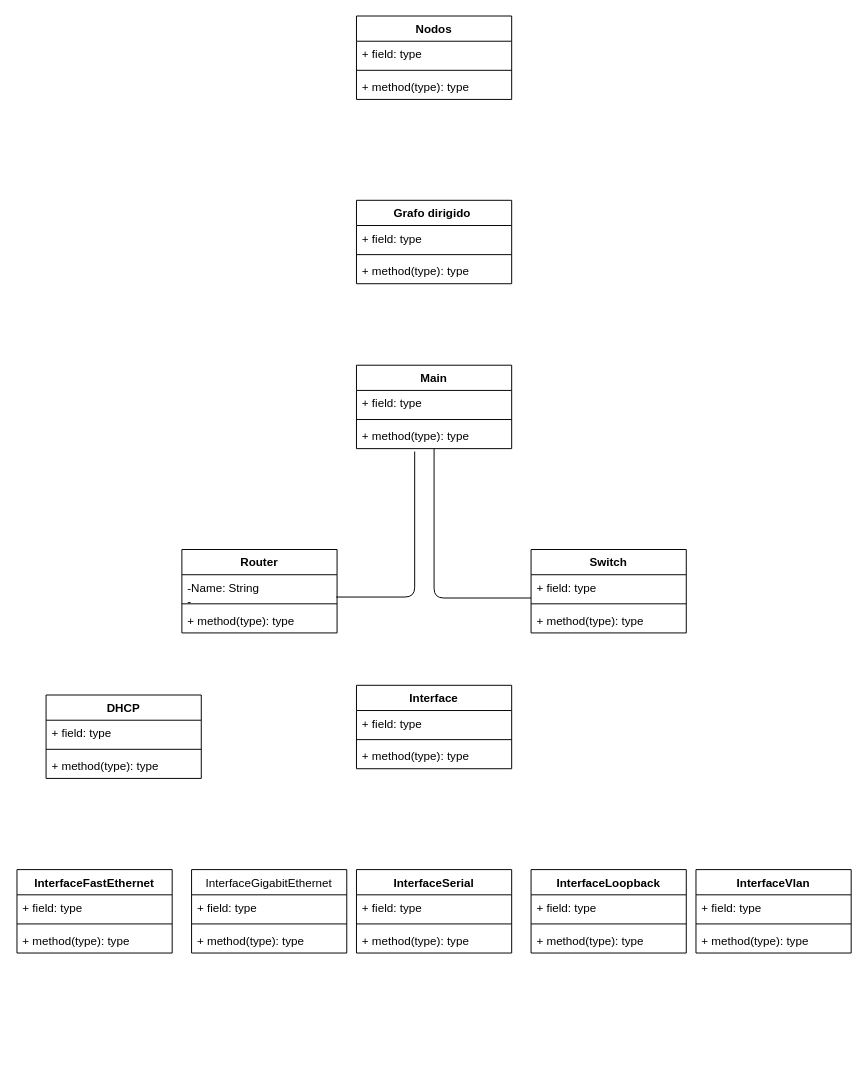
This is idea.drawio from arath11/Autoconfiguration, a draw.io file, before an edit. Source tidied: cells renumbered, new cells numbered last; positions are measured from the earlier drawing's top-left corner, leaving out a move shared by most shapes. Both pictures are drawn from the tidied source at 97%, with x=0, y=0 at pixel (16, 16).
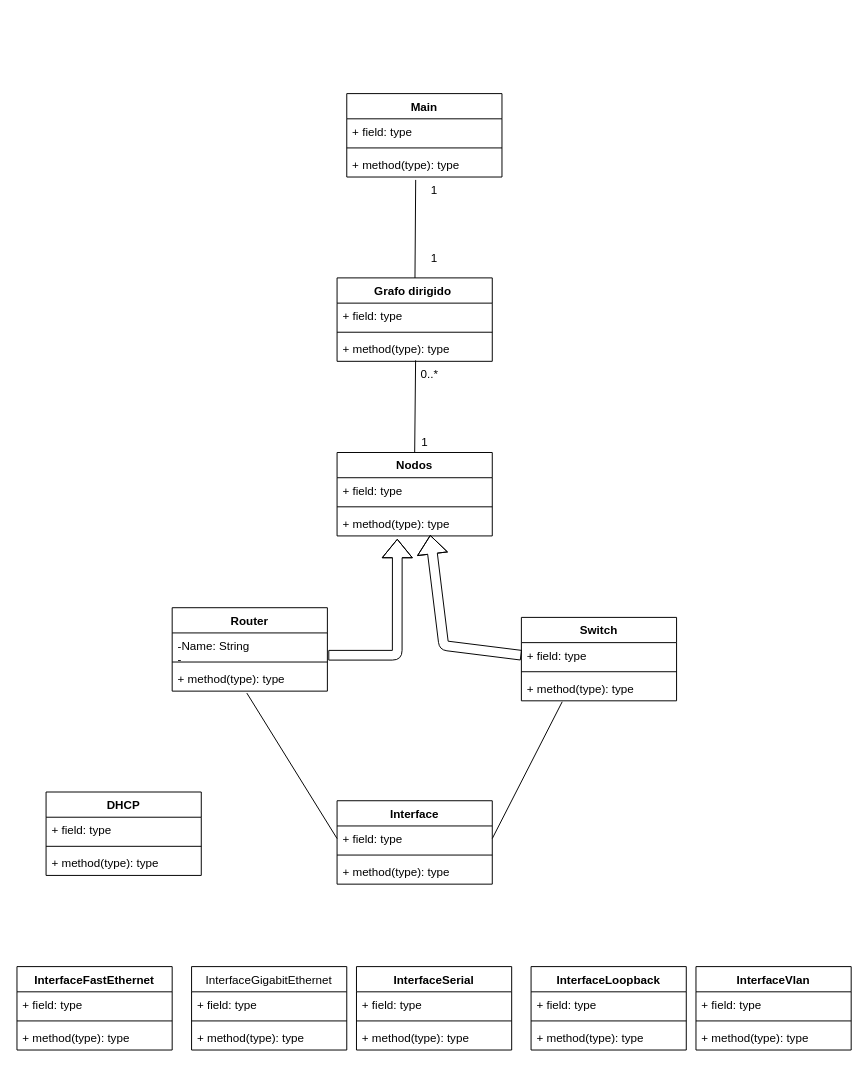
The same page after the edit.

Unchanged cells that the change refers to:
```xml
<mxCell id="3" value="-Name: String&#10;-" style="text;strokeColor=none;fillColor=none;align=left;verticalAlign=top;spacingLeft=4;spacingRight=4;overflow=hidden;points=[[0,0.5],[1,0.5]];portConstraint=eastwest;" parent="2" vertex="1">
  <mxGeometry y="26" width="160" height="26" as="geometry" />
</mxCell>
<mxCell id="5" value="+ method(type): type" style="text;strokeColor=none;fillColor=none;align=left;verticalAlign=top;spacingLeft=4;spacingRight=4;overflow=hidden;points=[[0,0.5],[1,0.5]];portConstraint=eastwest;" parent="2" vertex="1">
  <mxGeometry y="60" width="160" height="26" as="geometry" />
</mxCell>
<mxCell id="7" value="+ field: type" style="text;strokeColor=none;fillColor=none;align=left;verticalAlign=top;spacingLeft=4;spacingRight=4;overflow=hidden;points=[[0,0.5],[1,0.5]];portConstraint=eastwest;" parent="6" vertex="1">
  <mxGeometry y="26" width="160" height="26" as="geometry" />
</mxCell>
<mxCell id="9" value="+ method(type): type" style="text;strokeColor=none;fillColor=none;align=left;verticalAlign=top;spacingLeft=4;spacingRight=4;overflow=hidden;points=[[0,0.5],[1,0.5]];portConstraint=eastwest;" parent="6" vertex="1">
  <mxGeometry y="60" width="160" height="26" as="geometry" />
</mxCell>
<mxCell id="11" value="+ field: type" style="text;strokeColor=none;fillColor=none;align=left;verticalAlign=top;spacingLeft=4;spacingRight=4;overflow=hidden;points=[[0,0.5],[1,0.5]];portConstraint=eastwest;" parent="10" vertex="1">
  <mxGeometry y="26" width="160" height="26" as="geometry" />
</mxCell>
<mxCell id="37" value="+ method(type): type" style="text;strokeColor=none;fillColor=none;align=left;verticalAlign=top;spacingLeft=4;spacingRight=4;overflow=hidden;points=[[0,0.5],[1,0.5]];portConstraint=eastwest;" parent="34" vertex="1">
  <mxGeometry y="60" width="160" height="26" as="geometry" />
</mxCell>
<mxCell id="47" value="+ method(type): type" style="text;strokeColor=none;fillColor=none;align=left;verticalAlign=top;spacingLeft=4;spacingRight=4;overflow=hidden;points=[[0,0.5],[1,0.5]];portConstraint=eastwest;" parent="44" vertex="1">
  <mxGeometry y="60" width="160" height="26" as="geometry" />
</mxCell>
<mxCell id="51" value="+ method(type): type" style="text;strokeColor=none;fillColor=none;align=left;verticalAlign=top;spacingLeft=4;spacingRight=4;overflow=hidden;points=[[0,0.5],[1,0.5]];portConstraint=eastwest;" parent="48" vertex="1">
  <mxGeometry y="60" width="160" height="26" as="geometry" />
</mxCell>
```

The edit, as a diff of the source:
```diff
@@
     <mxCell id="2" value="Router" style="swimlane;fontStyle=1;align=center;verticalAlign=top;horizontal=1;startSize=26;" parent="1" vertex="1">
-      <mxGeometry x="170" y="550" width="160" height="86" as="geometry" />
+      <mxGeometry x="160" y="610" width="160" height="86" as="geometry" />
     </mxCell>
@@
     <mxCell id="6" value="Switch" style="swimlane;fontStyle=1;align=center;verticalAlign=top;horizontal=1;startSize=26;" parent="1" vertex="1">
-      <mxGeometry x="530" y="550" width="160" height="86" as="geometry" />
+      <mxGeometry x="520" y="620" width="160" height="86" as="geometry" />
     </mxCell>
@@
     <mxCell id="10" value="Interface" style="swimlane;fontStyle=1;align=center;verticalAlign=top;horizontal=1;startSize=26;" parent="1" vertex="1">
-      <mxGeometry x="350" y="690" width="160" height="86" as="geometry" />
+      <mxGeometry x="330" y="809" width="160" height="86" as="geometry" />
     </mxCell>
@@
     <mxCell id="14" value="InterfaceFastEthernet" style="swimlane;fontStyle=1;align=center;verticalAlign=top;horizontal=1;startSize=26;" parent="1" vertex="1">
-      <mxGeometry y="880" width="160" height="86" as="geometry" />
+      <mxGeometry y="980" width="160" height="86" as="geometry" />
     </mxCell>
@@
     <mxCell id="18" value="InterfaceGigabitEthernet" style="swimlane;fontStyle=0;align=center;verticalAlign=top;horizontal=1;startSize=26;" parent="1" vertex="1">
-      <mxGeometry x="180" y="880" width="160" height="86" as="geometry" />
+      <mxGeometry x="180" y="980" width="160" height="86" as="geometry" />
     </mxCell>
@@
     <mxCell id="22" value="InterfaceSerial" style="swimlane;fontStyle=1;align=center;verticalAlign=top;horizontal=1;startSize=26;" parent="1" vertex="1">
-      <mxGeometry x="350" y="880" width="160" height="86" as="geometry" />
+      <mxGeometry x="350" y="980" width="160" height="86" as="geometry" />
     </mxCell>
@@
     <mxCell id="26" value="InterfaceLoopback" style="swimlane;fontStyle=1;align=center;verticalAlign=top;horizontal=1;startSize=26;" parent="1" vertex="1">
-      <mxGeometry x="530" y="880" width="160" height="86" as="geometry" />
+      <mxGeometry x="530" y="980" width="160" height="86" as="geometry" />
     </mxCell>
@@
     <mxCell id="30" value="InterfaceVlan" style="swimlane;fontStyle=1;align=center;verticalAlign=top;horizontal=1;startSize=26;" parent="1" vertex="1">
-      <mxGeometry x="700" y="880" width="160" height="86" as="geometry" />
+      <mxGeometry x="700" y="980" width="160" height="86" as="geometry" />
     </mxCell>
@@
     <mxCell id="34" value="Main" style="swimlane;fontStyle=1;align=center;verticalAlign=top;horizontal=1;startSize=26;" parent="1" vertex="1">
-      <mxGeometry x="350" y="360" width="160" height="86" as="geometry" />
+      <mxGeometry x="340" y="80" width="160" height="86" as="geometry" />
     </mxCell>
@@
-    <mxCell id="38" style="endArrow=none;html=1;exitX=0.994;exitY=0.885;exitDx=0;exitDy=0;exitPerimeter=0;" parent="1" edge="1" source="3">
-      <mxGeometry relative="1" as="geometry">
-        <mxPoint x="410" y="449" as="targetPoint" />
-        <Array as="points">
-          <mxPoint x="410" y="599" />
-        </Array>
-      </mxGeometry>
-    </mxCell>
-    <mxCell id="39" style="endArrow=none;html=1;" parent="1" edge="1" target="37">
-      <mxGeometry relative="1" as="geometry">
-        <mxPoint x="530" y="600" as="sourcePoint" />
-        <Array as="points">
-          <mxPoint x="430" y="600" />
-        </Array>
-      </mxGeometry>
-    </mxCell>
     <mxCell id="40" value="DHCP" style="swimlane;fontStyle=1;align=center;verticalAlign=top;horizontal=1;startSize=26;" parent="1" vertex="1">
-      <mxGeometry x="30" y="700" width="160" height="86" as="geometry" />
+      <mxGeometry x="30" y="800" width="160" height="86" as="geometry" />
     </mxCell>
@@
     <mxCell id="44" value="Grafo dirigido " style="swimlane;fontStyle=1;align=center;verticalAlign=top;horizontal=1;startSize=26;" parent="1" vertex="1">
-      <mxGeometry x="350" y="190" width="160" height="86" as="geometry" />
+      <mxGeometry x="330" y="270" width="160" height="86" as="geometry" />
     </mxCell>
@@
     <mxCell id="48" value="Nodos" style="swimlane;fontStyle=1;align=center;verticalAlign=top;horizontal=1;startSize=26;" parent="1" vertex="1">
-      <mxGeometry x="350" width="160" height="86" as="geometry" />
+      <mxGeometry x="330" y="450" width="160" height="86" as="geometry" />
     </mxCell>
@@
+    <mxCell id="52" style="endArrow=none;html=1;entryX=0.444;entryY=1.115;entryDx=0;entryDy=0;entryPerimeter=0;" parent="1" edge="1" source="44" target="37">
+      <mxGeometry relative="1" as="geometry" />
+    </mxCell>
+    <mxCell id="53" value="1" style="text;html=1;align=center;verticalAlign=middle;" parent="1" vertex="1">
+      <mxGeometry x="420" y="170" width="20" height="20" as="geometry" />
+    </mxCell>
+    <mxCell id="54" value="1" style="text;html=1;align=center;verticalAlign=middle;" parent="1" vertex="1">
+      <mxGeometry x="420" y="240" width="20" height="20" as="geometry" />
+    </mxCell>
+    <mxCell id="55" style="endArrow=none;html=1;entryX=0.506;entryY=0.962;entryDx=0;entryDy=0;entryPerimeter=0;exitX=0.5;exitY=0;exitDx=0;exitDy=0;" parent="1" edge="1" source="48" target="47">
+      <mxGeometry relative="1" as="geometry" />
+    </mxCell>
+    <mxCell id="56" value="1" style="text;html=1;align=center;verticalAlign=middle;" parent="1" vertex="1">
+      <mxGeometry x="410" y="430" width="20" height="20" as="geometry" />
+    </mxCell>
+    <mxCell id="57" value="0..*" style="text;html=1;align=center;verticalAlign=middle;" parent="1" vertex="1">
+      <mxGeometry x="410" y="360" width="30" height="20" as="geometry" />
+    </mxCell>
+    <mxCell id="58" style="endArrow=classic;html=1;exitX=0;exitY=0.5;exitDx=0;exitDy=0;shape=flexArrow;entryX=0.6;entryY=0.962;entryDx=0;entryDy=0;entryPerimeter=0;" parent="1" edge="1" source="7" target="51">
+      <mxGeometry relative="1" as="geometry">
+        <Array as="points">
+          <mxPoint x="440" y="649" />
+        </Array>
+      </mxGeometry>
+    </mxCell>
+    <mxCell id="59" style="endArrow=classic;html=1;exitX=1.006;exitY=0.885;exitDx=0;exitDy=0;shape=flexArrow;entryX=0.388;entryY=1.115;entryDx=0;entryDy=0;entryPerimeter=0;exitPerimeter=0;" parent="1" edge="1" source="3" target="51">
+      <mxGeometry relative="1" as="geometry">
+        <Array as="points">
+          <mxPoint x="392" y="659" />
+        </Array>
+      </mxGeometry>
+    </mxCell>
+    <mxCell id="60" style="endArrow=none;html=1;entryX=0.481;entryY=1.077;entryDx=0;entryDy=0;entryPerimeter=0;exitX=0;exitY=0.5;exitDx=0;exitDy=0;" parent="1" edge="1" source="11" target="5">
+      <mxGeometry relative="1" as="geometry" />
+    </mxCell>
+    <mxCell id="61" style="endArrow=none;html=1;entryX=1;entryY=0.5;entryDx=0;entryDy=0;exitX=0.263;exitY=1.038;exitDx=0;exitDy=0;exitPerimeter=0;" parent="1" edge="1" source="9" target="11">
+      <mxGeometry relative="1" as="geometry" />
+    </mxCell>
```
